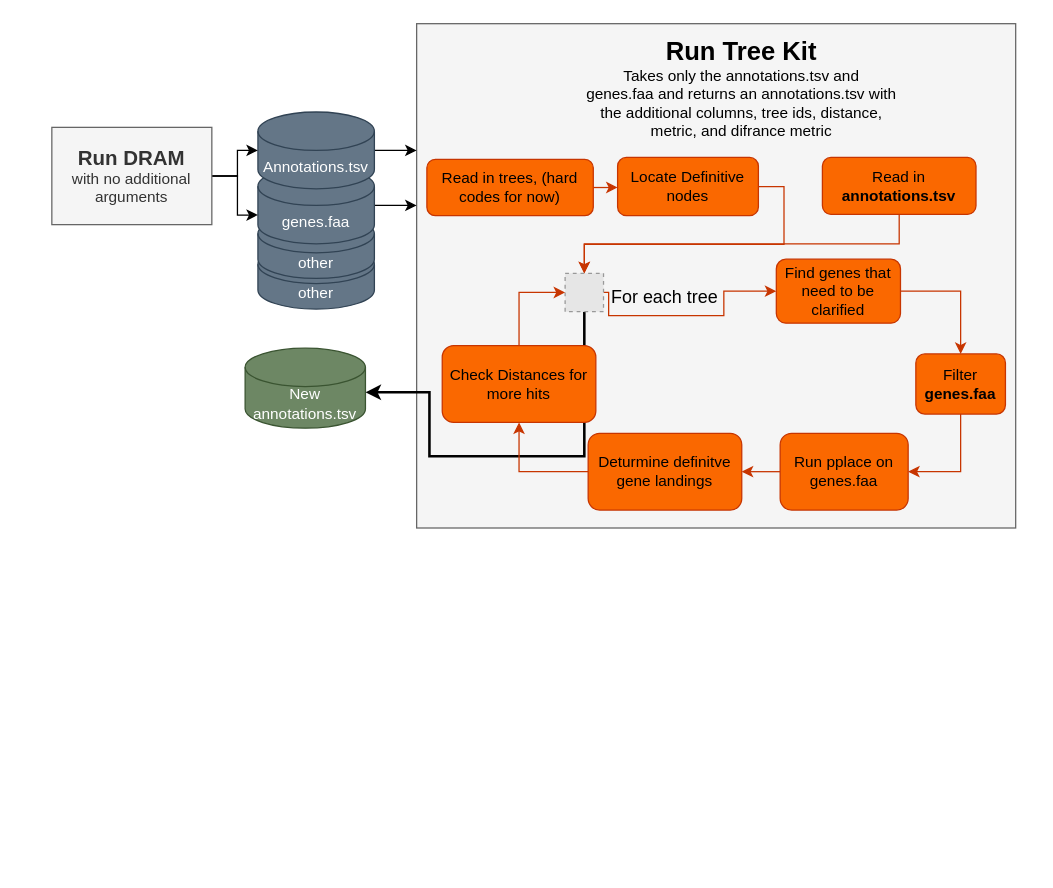
Above: docs/figs/tree_kit_fig.drawio in rmFlynn/DRAM_Trees (draw.io), before the change. Source tidied: cells renumbered, new cells numbered last; positions are measured from the earlier drawing's top-left corner, leaving out a move shared by most shapes. Both pictures are drawn from the tidied source at 128%, with x=0, y=0 at pixel (51, 23). Pictures stored in the file or linked from it are replaced by grey dashed boxes.
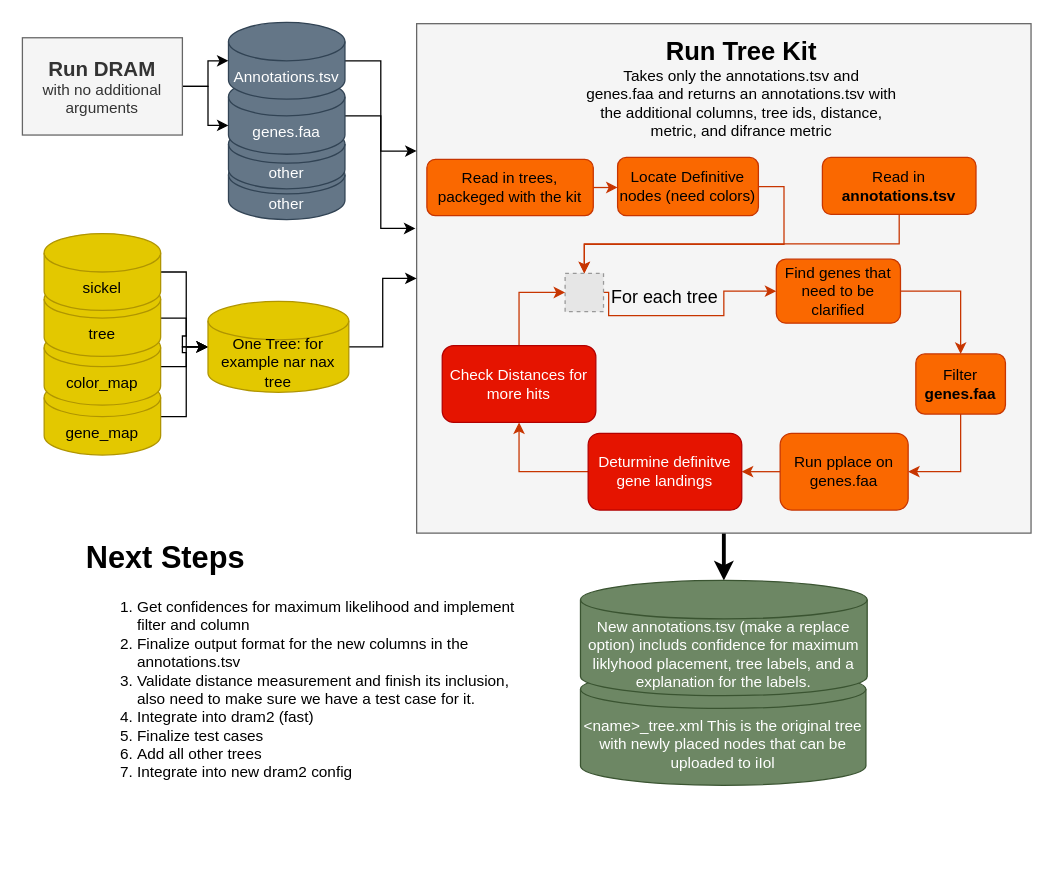
After the change.

Unchanged cells that the change refers to:
```xml
<mxCell id="14" style="fillColor=#E6E6E6;strokeColor=#999999;dashed=1;html=1;verticalAlign=top;verticalLabelPosition=bottom;labelBackgroundColor=#ffffff;fontColor=#000000;" parent="1" vertex="1">
  <mxGeometry x="401" y="195" width="30" height="30" as="geometry" />
</mxCell>
```

Diff of the diagram source:
```diff
@@
+    <mxCell id="34" value="&amp;lt;name&amp;gt;_tree.xml This is the original tree with newly placed nodes that can be uploaded to iIol" style="shape=cylinder3;whiteSpace=wrap;html=1;boundedLbl=1;backgroundOutline=1;size=15;fillColor=#6d8764;fontColor=#ffffff;strokeColor=#3A5431;" parent="1" vertex="1">
+      <mxGeometry x="413" y="505" width="223" height="90" as="geometry" />
+    </mxCell>
+    <mxCell id="35" style="edgeStyle=orthogonalEdgeStyle;rounded=0;jettySize=auto;html=1;exitX=0.5;exitY=1;exitDx=0;exitDy=0;strokeWidth=3;" parent="1" edge="1" source="2" target="32">
+      <mxGeometry relative="1" as="geometry" />
+    </mxCell>
     <mxCell id="2" style="rounded=0;whiteSpace=wrap;html=1;verticalAlign=top;fillColor=#f5f5f5;fontColor=#333333;strokeColor=#666666;" parent="1" vertex="1">
-      <mxGeometry x="285" width="468" height="394" as="geometry" />
+      <mxGeometry x="285" width="480" height="398" as="geometry" />
     </mxCell>
     <mxCell id="3" value="other" style="shape=cylinder3;whiteSpace=wrap;html=1;boundedLbl=1;backgroundOutline=1;size=15;fillColor=#647687;fontColor=#ffffff;strokeColor=#314354;" parent="1" vertex="1">
-      <mxGeometry x="161" y="173" width="91" height="50" as="geometry" />
+      <mxGeometry x="138" y="103" width="91" height="50" as="geometry" />
     </mxCell>
     <mxCell id="4" value="other" style="shape=cylinder3;whiteSpace=wrap;html=1;boundedLbl=1;backgroundOutline=1;size=15;fillColor=#647687;fontColor=#ffffff;strokeColor=#314354;" parent="1" vertex="1">
-      <mxGeometry x="161" y="149" width="91" height="50" as="geometry" />
+      <mxGeometry x="138" y="79" width="91" height="50" as="geometry" />
     </mxCell>
-    <mxCell id="5" style="edgeStyle=orthogonalEdgeStyle;rounded=0;jettySize=auto;html=1;exitX=1;exitY=0.5;exitDx=0;exitDy=0;exitPerimeter=0;entryX=0;entryY=0.36;entryDx=0;entryDy=0;entryPerimeter=0;fontSize=14;strokeWidth=1;" parent="1" edge="1" source="6" target="2">
+    <mxCell id="5" style="edgeStyle=orthogonalEdgeStyle;rounded=0;jettySize=auto;html=1;exitX=1;exitY=0.5;exitDx=0;exitDy=0;exitPerimeter=0;entryX=-0.002;entryY=0.402;entryDx=0;entryDy=0;entryPerimeter=0;" parent="1" edge="1" source="6" target="2">
       <mxGeometry relative="1" as="geometry" />
     </mxCell>
     <mxCell id="6" value="genes.faa" style="shape=cylinder3;whiteSpace=wrap;html=1;boundedLbl=1;backgroundOutline=1;size=15;fillColor=#647687;fontColor=#ffffff;strokeColor=#314354;" parent="1" vertex="1">
-      <mxGeometry x="161" y="112" width="91" height="60" as="geometry" />
+      <mxGeometry x="138" y="42" width="91" height="60" as="geometry" />
     </mxCell>
@@
     <mxCell id="8" value="Annotations.tsv" style="shape=cylinder3;whiteSpace=wrap;html=1;boundedLbl=1;backgroundOutline=1;size=15;fillColor=#647687;fontColor=#ffffff;strokeColor=#314354;" parent="1" vertex="1">
-      <mxGeometry x="161" y="69" width="91" height="60" as="geometry" />
+      <mxGeometry x="138" y="-1" width="91" height="60" as="geometry" />
     </mxCell>
@@
     <mxCell id="11" value="&lt;div style=&quot;font-size: 16px;&quot;&gt;&lt;b&gt;Run DRAM&lt;/b&gt;&lt;br&gt;&lt;/div&gt;&lt;div&gt; with no additional arguments&lt;/div&gt;" style="rounded=0;whiteSpace=wrap;html=1;fillColor=#f5f5f5;fontColor=#333333;strokeColor=#666666;" parent="1" vertex="1">
-      <mxGeometry y="81" width="125" height="76" as="geometry" />
+      <mxGeometry x="-23" y="11" width="125" height="76" as="geometry" />
     </mxCell>
@@
-    <mxCell id="13" style="edgeStyle=orthogonalEdgeStyle;rounded=0;jettySize=auto;html=1;exitX=0.5;exitY=1;exitDx=0;exitDy=0;fontSize=12;strokeWidth=2;" parent="1" edge="1" source="14" target="32">
-      <mxGeometry relative="1" as="geometry">
-        <Array as="points">
-          <mxPoint x="416" y="338" />
-          <mxPoint x="295" y="338" />
-          <mxPoint x="295" y="288" />
-        </Array>
-      </mxGeometry>
-    </mxCell>
@@
-    <mxCell id="18" value="Read in trees, (hard codes for now) " style="rounded=1;whiteSpace=wrap;html=1;fillColor=#fa6800;fontColor=#000000;strokeColor=#C73500;" parent="1" vertex="1">
+    <mxCell id="18" value="Read in trees, packeged with the kit " style="rounded=1;whiteSpace=wrap;html=1;fillColor=#fa6800;fontColor=#000000;strokeColor=#C73500;" parent="1" vertex="1">
       <mxGeometry x="293" y="106" width="130" height="44" as="geometry" />
     </mxCell>
@@
-    <mxCell id="27" value="Locate Definitive nodes" style="rounded=1;whiteSpace=wrap;html=1;fontSize=12;fillColor=#fa6800;fontColor=#000000;strokeColor=#C73500;" parent="1" vertex="1">
+    <mxCell id="27" value="Locate Definitive nodes (need colors)" style="rounded=1;whiteSpace=wrap;html=1;fontSize=12;fillColor=#fa6800;fontColor=#000000;strokeColor=#C73500;" parent="1" vertex="1">
       <mxGeometry x="442" y="104.5" width="110" height="45.5" as="geometry" />
     </mxCell>
@@
-    <mxCell id="29" value="Deturmine definitve gene landings" style="rounded=1;whiteSpace=wrap;html=1;fontSize=12;fillColor=#fa6800;fontColor=#000000;strokeColor=#C73500;" parent="1" vertex="1">
+    <mxCell id="29" value="Deturmine definitve gene landings" style="rounded=1;whiteSpace=wrap;html=1;fontSize=12;fillColor=#e51400;fontColor=#ffffff;strokeColor=#B20000;" parent="1" vertex="1">
       <mxGeometry x="419" y="320" width="120" height="60" as="geometry" />
     </mxCell>
@@
-    <mxCell id="31" value="Check Distances for more hits" style="rounded=1;whiteSpace=wrap;html=1;fontSize=12;fillColor=#fa6800;fontColor=#000000;strokeColor=#C73500;" parent="1" vertex="1">
+    <mxCell id="31" value="Check Distances for more hits" style="rounded=1;whiteSpace=wrap;html=1;fontSize=12;fillColor=#e51400;fontColor=#ffffff;strokeColor=#B20000;" parent="1" vertex="1">
       <mxGeometry x="305" y="251.5" width="120" height="60" as="geometry" />
     </mxCell>
-    <mxCell id="32" value="New annotations.tsv" style="shape=cylinder3;whiteSpace=wrap;html=1;boundedLbl=1;backgroundOutline=1;size=15;fillColor=#6d8764;fontColor=#ffffff;strokeColor=#3A5431;" parent="1" vertex="1">
-      <mxGeometry x="151" y="253.5" width="94" height="62.5" as="geometry" />
+    <mxCell id="32" value="New annotations.tsv (make a replace option) includs confidence for maximum liklyhood placement, tree labels, and a explanation for the labels. " style="shape=cylinder3;whiteSpace=wrap;html=1;boundedLbl=1;backgroundOutline=1;size=15;fillColor=#6d8764;fontColor=#ffffff;strokeColor=#3A5431;" parent="1" vertex="1">
+      <mxGeometry x="413" y="435" width="224" height="90" as="geometry" />
     </mxCell>
@@
+    <mxCell id="36" style="edgeStyle=orthogonalEdgeStyle;rounded=0;jettySize=auto;html=1;exitX=1;exitY=0.5;exitDx=0;exitDy=0;exitPerimeter=0;" parent="1" edge="1" source="37" target="45">
+      <mxGeometry relative="1" as="geometry" />
+    </mxCell>
+    <mxCell id="37" value="gene_map" style="shape=cylinder3;whiteSpace=wrap;html=1;boundedLbl=1;backgroundOutline=1;size=15;fillColor=#e3c800;fontColor=#000000;strokeColor=#B09500;" parent="1" vertex="1">
+      <mxGeometry x="-6" y="277" width="91" height="60" as="geometry" />
+    </mxCell>
+    <mxCell id="38" style="edgeStyle=orthogonalEdgeStyle;rounded=0;jettySize=auto;html=1;exitX=1;exitY=0.5;exitDx=0;exitDy=0;exitPerimeter=0;" parent="1" edge="1" source="39" target="45">
+      <mxGeometry relative="1" as="geometry" />
+    </mxCell>
+    <mxCell id="39" value="color_map" style="shape=cylinder3;whiteSpace=wrap;html=1;boundedLbl=1;backgroundOutline=1;size=15;fillColor=#e3c800;fontColor=#000000;strokeColor=#B09500;" parent="1" vertex="1">
+      <mxGeometry x="-6" y="238" width="91" height="60" as="geometry" />
+    </mxCell>
+    <mxCell id="40" style="edgeStyle=orthogonalEdgeStyle;rounded=0;jettySize=auto;html=1;exitX=1;exitY=0.5;exitDx=0;exitDy=0;exitPerimeter=0;entryX=0;entryY=0.5;entryDx=0;entryDy=0;entryPerimeter=0;" parent="1" edge="1" source="41" target="45">
+      <mxGeometry relative="1" as="geometry" />
+    </mxCell>
+    <mxCell id="41" value="tree" style="shape=cylinder3;whiteSpace=wrap;html=1;boundedLbl=1;backgroundOutline=1;size=15;fillColor=#e3c800;fontColor=#000000;strokeColor=#B09500;" parent="1" vertex="1">
+      <mxGeometry x="-6" y="200" width="91" height="60" as="geometry" />
+    </mxCell>
+    <mxCell id="42" style="edgeStyle=orthogonalEdgeStyle;rounded=0;jettySize=auto;html=1;exitX=1;exitY=0.5;exitDx=0;exitDy=0;exitPerimeter=0;entryX=0;entryY=0.5;entryDx=0;entryDy=0;entryPerimeter=0;" parent="1" edge="1" source="43" target="45">
+      <mxGeometry relative="1" as="geometry" />
+    </mxCell>
+    <mxCell id="43" value="sickel" style="shape=cylinder3;whiteSpace=wrap;html=1;boundedLbl=1;backgroundOutline=1;size=15;fillColor=#e3c800;fontColor=#000000;strokeColor=#B09500;" parent="1" vertex="1">
+      <mxGeometry x="-6" y="164" width="91" height="60" as="geometry" />
+    </mxCell>
+    <mxCell id="44" style="edgeStyle=orthogonalEdgeStyle;rounded=0;jettySize=auto;html=1;exitX=1;exitY=0.5;exitDx=0;exitDy=0;exitPerimeter=0;" parent="1" edge="1" source="45" target="2">
+      <mxGeometry relative="1" as="geometry" />
+    </mxCell>
+    <mxCell id="45" value="One Tree: for example nar nax tree" style="shape=cylinder3;whiteSpace=wrap;html=1;boundedLbl=1;backgroundOutline=1;size=15;fillColor=#e3c800;fontColor=#000000;strokeColor=#B09500;" parent="1" vertex="1">
+      <mxGeometry x="122" y="217" width="110" height="71" as="geometry" />
+    </mxCell>
+    <mxCell id="46" value="&lt;h1&gt;Next Steps&lt;br&gt;&lt;/h1&gt;&lt;ol&gt;&lt;li&gt;Get confidences for maximum likelihood and implement filter and column&lt;br&gt;&lt;/li&gt;&lt;li&gt;Finalize output format for the new columns in the annotations.tsv&lt;/li&gt;&lt;li&gt;Validate distance measurement and finish its inclusion, also need to make sure we have a test case for it.&lt;br&gt;&lt;/li&gt;&lt;li&gt;Integrate into dram2 (fast)&lt;/li&gt;&lt;li&gt;Finalize test cases&lt;/li&gt;&lt;li&gt;Add all other trees&lt;/li&gt;&lt;li&gt;Integrate into new dram2 config&lt;br&gt;&lt;/li&gt;&lt;/ol&gt;" style="text;html=1;strokeColor=none;fillColor=none;spacing=5;spacingTop=-20;whiteSpace=wrap;overflow=hidden;rounded=0;direction=east;" parent="1" vertex="1">
+      <mxGeometry x="22" y="398" width="360" height="260" as="geometry" />
+    </mxCell>
```
